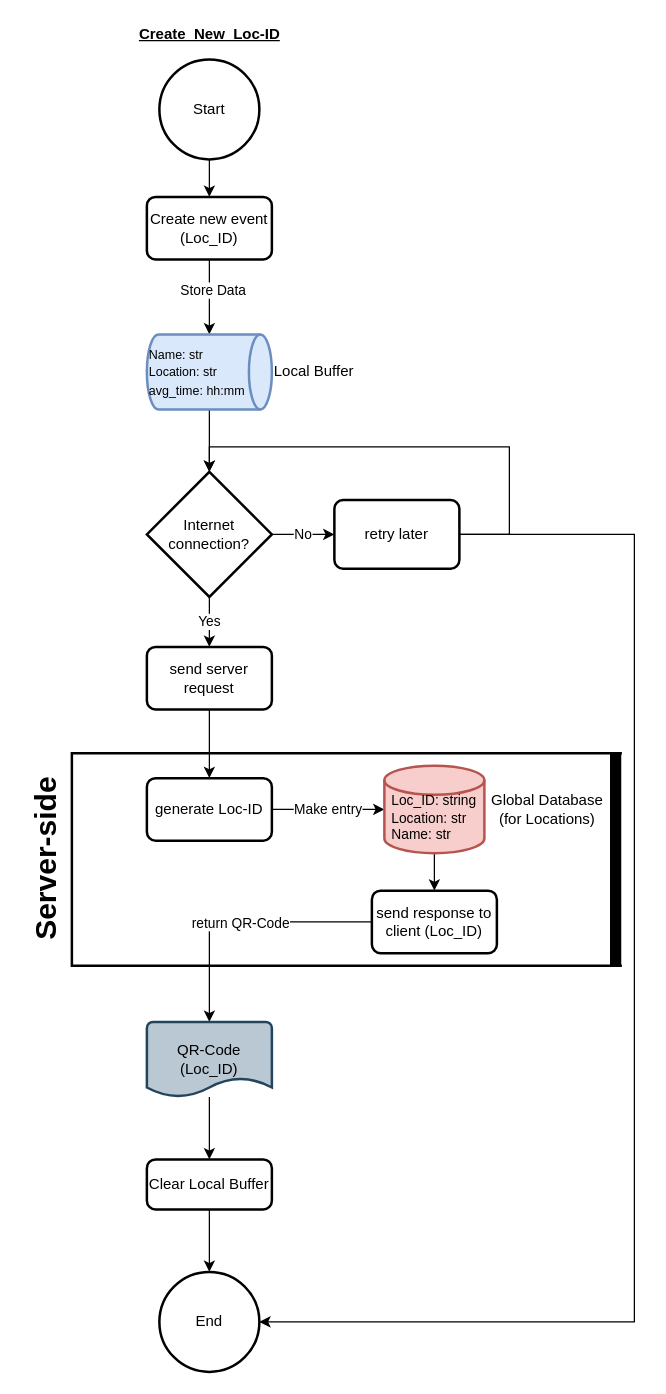
Before: page "Create_New_Loc-ID" (2 of 4) of server/ressources/flowcharts/Tracer_Flowchart.drawio in michael-spengler/Tracer-wwi19dsa, a draw.io diagram. Source tidied: cells renumbered, new cells numbered last; positions are measured from the earlier drawing's top-left corner, leaving out a move shared by most shapes. Both pictures are drawn from the tidied source at 125%, with x=0, y=0 at pixel (-16, 21).
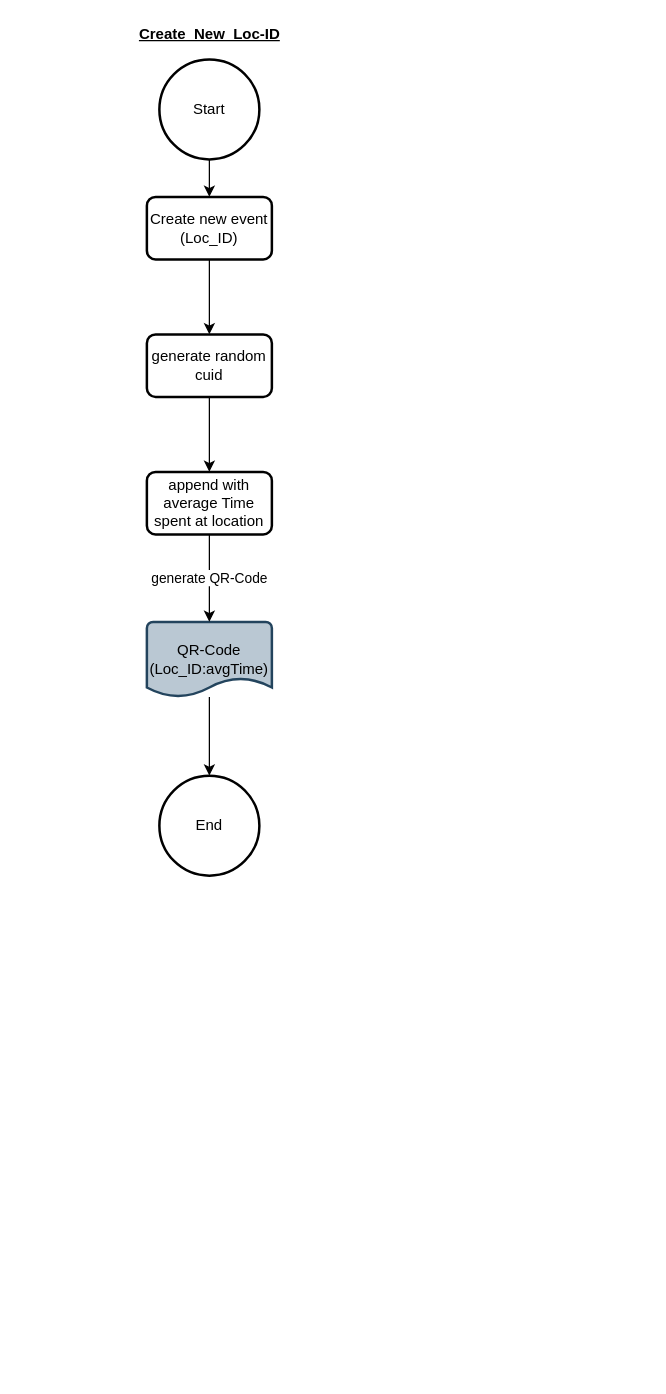
After the change.

Unchanged cells that the change refers to:
```xml
<mxCell id="7" value="Create new event (Loc_ID)" style="rounded=1;whiteSpace=wrap;html=1;absoluteArcSize=1;arcSize=14;strokeWidth=2;" parent="1" vertex="1">
  <mxGeometry x="130" y="140" width="100" height="50" as="geometry" />
</mxCell>
```

What changed in the source:
```diff
@@
-    <mxCell id="2" style="strokeWidth=2;html=1;shape=mxgraph.flowchart.annotation_1;align=left;" parent="1" vertex="1">
-      <mxGeometry x="70" y="585" width="440" height="170" as="geometry" />
-    </mxCell>
@@
-    <mxCell id="5" style="edgeStyle=orthogonalEdgeStyle;rounded=0;jettySize=auto;html=1;entryX=0.5;entryY=0;entryDx=0;entryDy=0;entryPerimeter=0;" parent="1" edge="1" source="7" target="9">
+    <mxCell id="5" style="edgeStyle=orthogonalEdgeStyle;rounded=0;jettySize=auto;html=1;entryX=0.5;entryY=0;entryDx=0;entryDy=0;entryPerimeter=0;" parent="1" edge="1" source="7">
       <mxGeometry relative="1" as="geometry">
+        <mxPoint x="180" y="250" as="targetPoint" />
         <Array as="points">
           <mxPoint x="180" y="230" />
           <mxPoint x="180" y="230" />
         </Array>
       </mxGeometry>
     </mxCell>
-    <mxCell id="6" value="Store Data" style="edgeLabel;html=1;align=center;verticalAlign=middle;" parent="5" vertex="1">
+    <mxCell id="6" style="edgeLabel;html=1;align=center;verticalAlign=middle;" parent="5" vertex="1">
       <mxGeometry x="-0.19" y="2" relative="1" as="geometry" />
     </mxCell>
@@
-    <mxCell id="8" style="edgeStyle=orthogonalEdgeStyle;rounded=0;jettySize=auto;html=1;entryX=0.5;entryY=0;entryDx=0;entryDy=0;entryPerimeter=0;" parent="1" edge="1" source="9" target="14">
-      <mxGeometry relative="1" as="geometry" />
-    </mxCell>
-    <mxCell id="9" value="&lt;div&gt;&lt;span style=&quot;font-size: x-small&quot;&gt;Name: str&lt;/span&gt;&lt;br&gt;&lt;/div&gt;&lt;div&gt;&lt;font size=&quot;1&quot;&gt;Location: str&lt;/font&gt;&lt;/div&gt;&lt;div&gt;&lt;font size=&quot;1&quot;&gt;avg_time: hh:mm&lt;/font&gt;&lt;/div&gt;" style="strokeWidth=2;html=1;shape=mxgraph.flowchart.direct_data;whiteSpace=wrap;align=left;fillColor=#dae8fc;strokeColor=#6c8ebf;" parent="1" vertex="1">
-      <mxGeometry x="130" y="250" width="100" height="60" as="geometry" />
-    </mxCell>
-    <mxCell id="10" value="Local Buffer" style="text;html=1;align=left;verticalAlign=middle;fillColor=none;strokeColor=none;rounded=0;" parent="1" vertex="1">
-      <mxGeometry x="230" y="270" width="80" height="20" as="geometry" />
-    </mxCell>
-    <mxCell id="11" value="Yes" style="edgeStyle=orthogonalEdgeStyle;rounded=0;jettySize=auto;html=1;exitX=0.5;exitY=1;exitDx=0;exitDy=0;exitPerimeter=0;entryX=0.5;entryY=0;entryDx=0;entryDy=0;" parent="1" edge="1" source="14" target="16">
-      <mxGeometry relative="1" as="geometry" />
-    </mxCell>
-    <mxCell id="12" style="edgeStyle=orthogonalEdgeStyle;rounded=0;jettySize=auto;html=1;entryX=0;entryY=0.5;entryDx=0;entryDy=0;" parent="1" edge="1" source="14" target="19">
-      <mxGeometry relative="1" as="geometry" />
-    </mxCell>
-    <mxCell id="13" value="No" style="edgeLabel;html=1;align=center;verticalAlign=middle;" parent="12" vertex="1">
-      <mxGeometry x="-0.03" y="1" relative="1" as="geometry" />
-    </mxCell>
-    <mxCell id="14" value="Internet connection?" style="strokeWidth=2;html=1;shape=mxgraph.flowchart.decision;whiteSpace=wrap;" parent="1" vertex="1">
-      <mxGeometry x="130" y="360" width="100" height="100" as="geometry" />
-    </mxCell>
-    <mxCell id="15" style="edgeStyle=orthogonalEdgeStyle;rounded=0;jettySize=auto;html=1;entryX=0.5;entryY=0;entryDx=0;entryDy=0;" parent="1" edge="1" source="16" target="21">
-      <mxGeometry relative="1" as="geometry" />
-    </mxCell>
-    <mxCell id="16" value="send server request" style="rounded=1;whiteSpace=wrap;html=1;absoluteArcSize=1;arcSize=14;strokeWidth=2;" parent="1" vertex="1">
-      <mxGeometry x="130" y="500" width="100" height="50" as="geometry" />
+    <mxCell id="16" value="generate random cuid" style="rounded=1;whiteSpace=wrap;html=1;absoluteArcSize=1;arcSize=14;strokeWidth=2;" parent="1" vertex="1">
+      <mxGeometry x="130" y="250" width="100" height="50" as="geometry" />
     </mxCell>
-    <mxCell id="17" style="edgeStyle=orthogonalEdgeStyle;rounded=0;jettySize=auto;html=1;exitX=1;exitY=0.5;exitDx=0;exitDy=0;entryX=0.5;entryY=0;entryDx=0;entryDy=0;entryPerimeter=0;" parent="1" edge="1" source="19" target="14">
-      <mxGeometry relative="1" as="geometry">
-        <Array as="points">
-          <mxPoint x="420" y="410" />
-          <mxPoint x="420" y="340" />
-          <mxPoint x="180" y="340" />
-        </Array>
-      </mxGeometry>
-    </mxCell>
-    <mxCell id="18" style="edgeStyle=orthogonalEdgeStyle;rounded=0;jettySize=auto;html=1;exitX=1;exitY=0.5;exitDx=0;exitDy=0;entryX=1;entryY=0.5;entryDx=0;entryDy=0;entryPerimeter=0;" parent="1" edge="1" source="19" target="28">
-      <mxGeometry relative="1" as="geometry">
-        <Array as="points">
-          <mxPoint x="520" y="410" />
-          <mxPoint x="520" y="1040" />
-        </Array>
-      </mxGeometry>
-    </mxCell>
-    <mxCell id="19" value="retry later" style="rounded=1;whiteSpace=wrap;html=1;absoluteArcSize=1;arcSize=14;strokeWidth=2;" parent="1" vertex="1">
-      <mxGeometry x="280" y="382.5" width="100" height="55" as="geometry" />
-    </mxCell>
-    <mxCell id="20" value="Make entry" style="edgeStyle=orthogonalEdgeStyle;rounded=0;jettySize=auto;html=1;entryX=0;entryY=0.5;entryDx=0;entryDy=0;entryPerimeter=0;" parent="1" edge="1" source="21" target="23">
-      <mxGeometry relative="1" as="geometry" />
-    </mxCell>
-    <mxCell id="21" value="generate Loc-ID" style="rounded=1;whiteSpace=wrap;html=1;absoluteArcSize=1;arcSize=14;strokeWidth=2;" parent="1" vertex="1">
-      <mxGeometry x="130" y="605" width="100" height="50" as="geometry" />
-    </mxCell>
-    <mxCell id="22" style="edgeStyle=orthogonalEdgeStyle;rounded=0;jettySize=auto;html=1;entryX=0.5;entryY=0;entryDx=0;entryDy=0;" parent="1" edge="1" source="23" target="27">
-      <mxGeometry relative="1" as="geometry" />
-    </mxCell>
-    <mxCell id="23" value="&lt;p style=&quot;line-height: 100%&quot;&gt;&lt;/p&gt;&lt;div style=&quot;text-align: justify ; font-size: 11px&quot;&gt;&lt;br&gt;&lt;/div&gt;&lt;div style=&quot;text-align: justify ; font-size: 11px&quot;&gt;&lt;span&gt;Loc_ID: string&lt;/span&gt;&lt;br&gt;&lt;/div&gt;&lt;div style=&quot;text-align: justify ; font-size: 11px&quot;&gt;&lt;font style=&quot;font-size: 11px&quot;&gt;Location: str&lt;/font&gt;&lt;/div&gt;&lt;div style=&quot;text-align: justify ; font-size: 11px&quot;&gt;&lt;font style=&quot;font-size: 11px&quot;&gt;Name: str&lt;/font&gt;&lt;/div&gt;&lt;p&gt;&lt;/p&gt;" style="strokeWidth=2;html=1;shape=mxgraph.flowchart.database;whiteSpace=wrap;fillColor=#f8cecc;strokeColor=#b85450;" parent="1" vertex="1">
-      <mxGeometry x="320" y="595" width="80" height="70" as="geometry" />
-    </mxCell>
-    <mxCell id="24" value="Global Database&lt;br&gt;(for Locations)" style="text;html=1;align=center;verticalAlign=middle;fillColor=none;strokeColor=none;rounded=0;" parent="1" vertex="1">
-      <mxGeometry x="400" y="615" width="100" height="30" as="geometry" />
-    </mxCell>
-    <mxCell id="25" style="edgeStyle=orthogonalEdgeStyle;rounded=0;jettySize=auto;html=1;entryX=0.5;entryY=0;entryDx=0;entryDy=0;entryPerimeter=0;" parent="1" edge="1" source="27" target="33">
+    <mxCell id="25" style="edgeStyle=orthogonalEdgeStyle;rounded=0;jettySize=auto;html=1;entryX=0.5;entryY=0;entryDx=0;entryDy=0;exitX=0.5;exitY=1;exitDx=0;exitDy=0;" parent="1" edge="1" source="16" target="37">
       <mxGeometry relative="1" as="geometry" />
     </mxCell>
-    <mxCell id="26" value="return QR-Code" style="edgeLabel;html=1;align=center;verticalAlign=middle;" parent="25" vertex="1">
-      <mxGeometry x="0.11" y="2" relative="1" as="geometry">
-        <mxPoint x="11.4" y="-2" as="offset" />
-      </mxGeometry>
-    </mxCell>
-    <mxCell id="27" value="send response to client (Loc_ID)" style="rounded=1;whiteSpace=wrap;html=1;absoluteArcSize=1;arcSize=14;strokeWidth=2;" parent="1" vertex="1">
-      <mxGeometry x="310" y="695" width="100" height="50" as="geometry" />
-    </mxCell>
     <mxCell id="28" value="End" style="strokeWidth=2;html=1;shape=mxgraph.flowchart.start_2;whiteSpace=wrap;" parent="1" vertex="1">
-      <mxGeometry x="140" y="1000" width="80" height="80" as="geometry" />
+      <mxGeometry x="140" y="603" width="80" height="80" as="geometry" />
     </mxCell>
@@
-    <mxCell id="30" value="Server-side" style="text;strokeColor=none;fillColor=none;html=1;fontSize=24;fontStyle=1;verticalAlign=middle;align=center;rotation=-90;" parent="1" vertex="1">
-      <mxGeometry y="650" width="100" height="40" as="geometry" />
-    </mxCell>
-    <mxCell id="31" style="line;strokeWidth=9;direction=south;html=1;align=center;perimeterSpacing=0;" parent="1" vertex="1">
-      <mxGeometry x="500" y="585" width="10" height="170" as="geometry" />
-    </mxCell>
-    <mxCell id="32" style="edgeStyle=orthogonalEdgeStyle;rounded=0;jettySize=auto;html=1;entryX=0.5;entryY=0;entryDx=0;entryDy=0;" parent="1" edge="1" source="33" target="35">
+    <mxCell id="32" style="edgeStyle=orthogonalEdgeStyle;rounded=0;jettySize=auto;html=1;entryX=0.5;entryY=0;entryDx=0;entryDy=0;entryPerimeter=0;" parent="1" edge="1" source="33" target="28">
       <mxGeometry relative="1" as="geometry" />
     </mxCell>
-    <mxCell id="33" value="QR-Code (Loc_ID)" style="strokeWidth=2;html=1;shape=mxgraph.flowchart.document2;whiteSpace=wrap;size=0.25;fillColor=#bac8d3;strokeColor=#23445d;" parent="1" vertex="1">
-      <mxGeometry x="130" y="800" width="100" height="60" as="geometry" />
+    <mxCell id="33" value="QR-Code (Loc_ID:avgTime)" style="strokeWidth=2;html=1;shape=mxgraph.flowchart.document2;whiteSpace=wrap;size=0.25;fillColor=#bac8d3;strokeColor=#23445d;" parent="1" vertex="1">
+      <mxGeometry x="130" y="480" width="100" height="60" as="geometry" />
     </mxCell>
-    <mxCell id="34" style="edgeStyle=orthogonalEdgeStyle;rounded=0;jettySize=auto;html=1;entryX=0.5;entryY=0;entryDx=0;entryDy=0;entryPerimeter=0;" parent="1" edge="1" source="35" target="28">
-      <mxGeometry relative="1" as="geometry" />
-    </mxCell>
-    <mxCell id="35" value="Clear Local Buffer" style="rounded=1;whiteSpace=wrap;html=1;absoluteArcSize=1;arcSize=14;strokeWidth=2;" parent="1" vertex="1">
-      <mxGeometry x="130" y="910" width="100" height="40" as="geometry" />
-    </mxCell>
+    <mxCell id="36" value="generate QR-Code" style="edgeStyle=orthogonalEdgeStyle;rounded=0;jettySize=auto;html=1;entryX=0.5;entryY=0;entryDx=0;entryDy=0;entryPerimeter=0;" parent="1" edge="1" source="37" target="33">
+      <mxGeometry relative="1" as="geometry" />
+    </mxCell>
+    <mxCell id="37" value="append with average Time spent at location" style="rounded=1;whiteSpace=wrap;html=1;absoluteArcSize=1;arcSize=14;strokeWidth=2;" parent="1" vertex="1">
+      <mxGeometry x="130" y="360" width="100" height="50" as="geometry" />
+    </mxCell>
```
